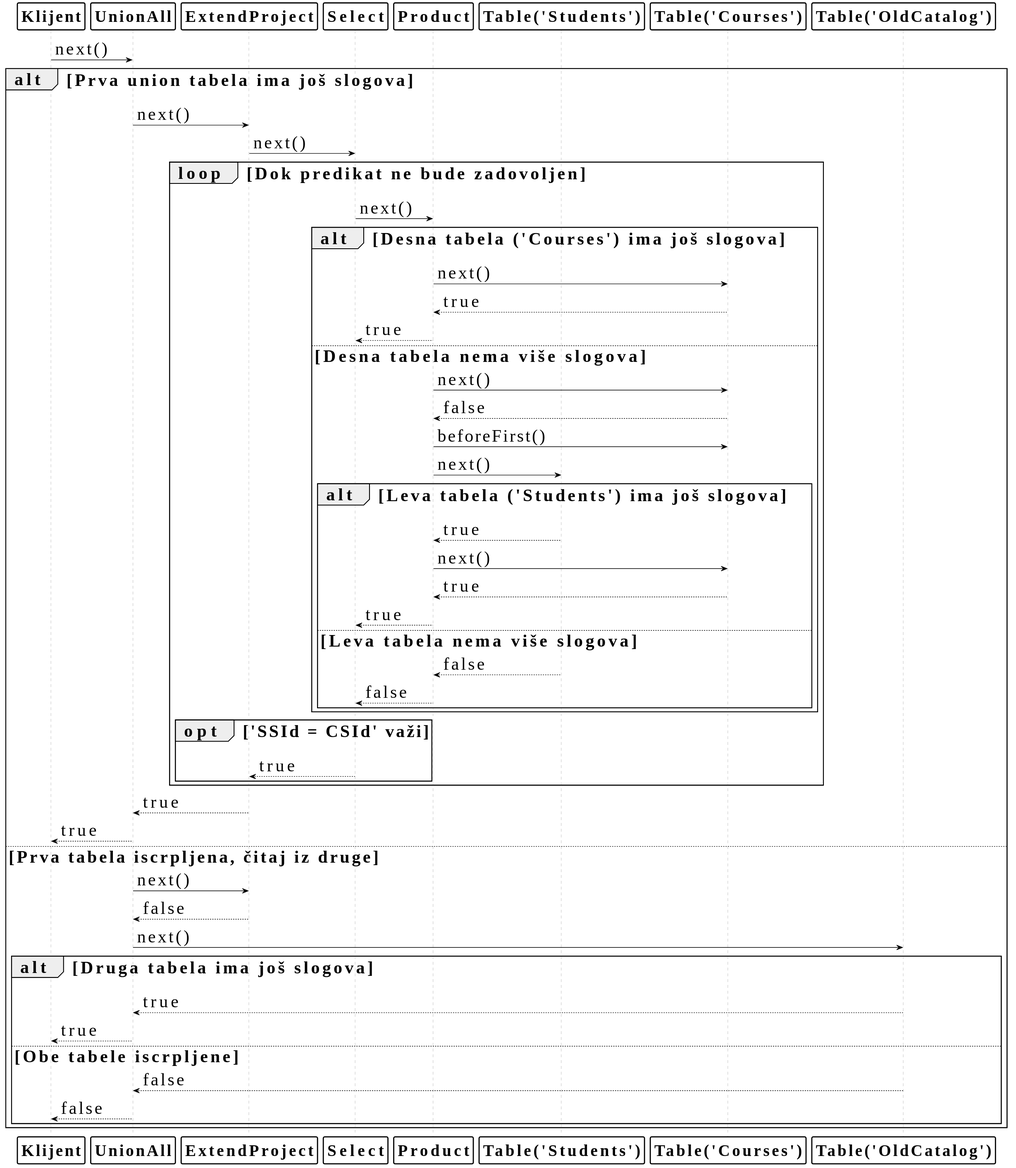
lukascobbler/lbdb keeps this PlantUML diagram as thesis/dijagrami/sekvenca_iteracije_stabla_rel_op.svg. Above is the earlier version.
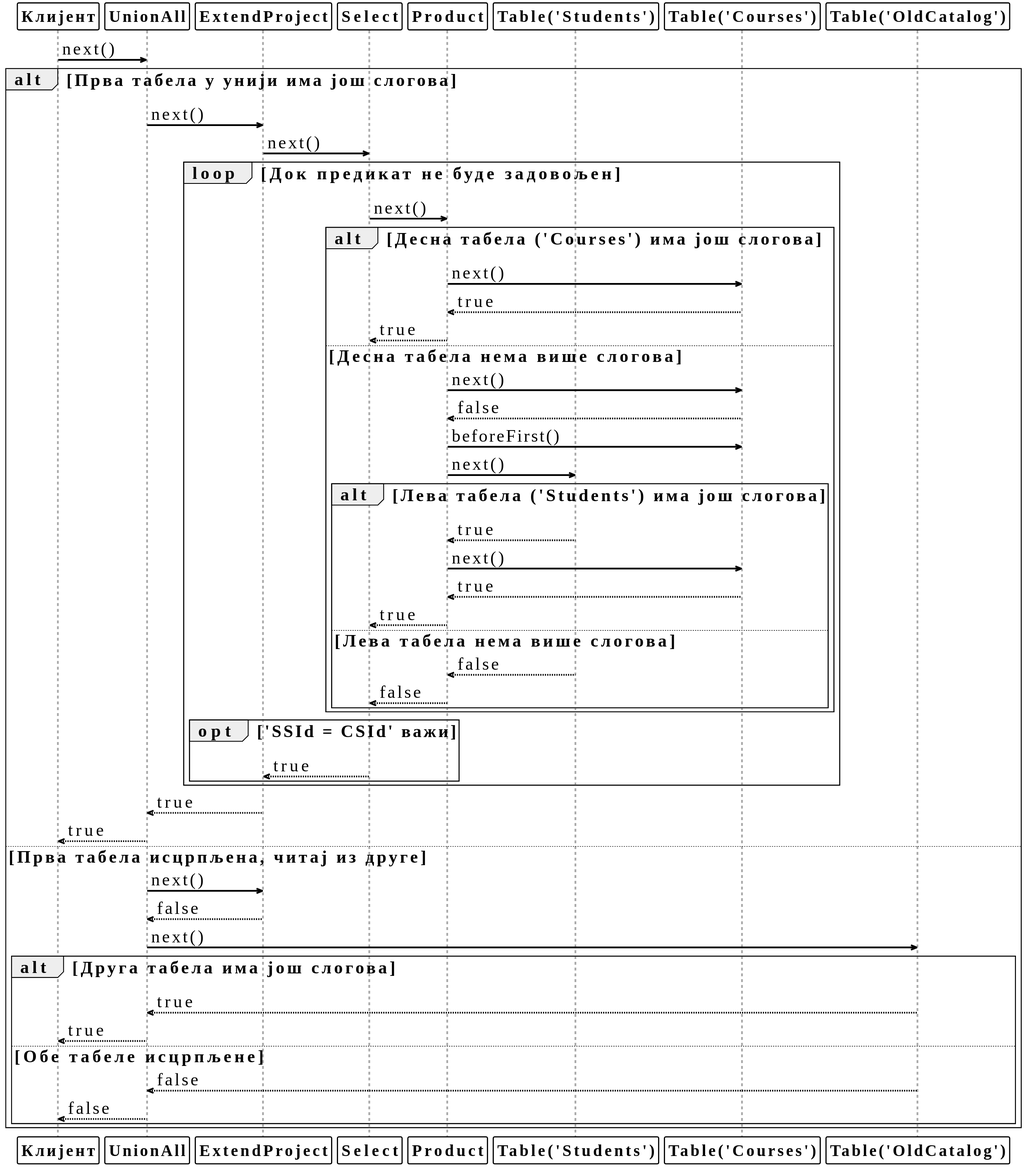
Later version of the same file.

The edit, as a diff of the source:
```diff
@@ -12,7 +12,6 @@
 skinparam ParticipantBorderColor black
 skinparam ParticipantBorderThickness 2
 
-skinparam ParticipantPadding 0
 skinparam BoxPadding 0
 skinparam SequenceMessageMargin 0
 skinparam SequenceGroupBodyPadding 0
@@ -23,7 +22,19 @@
 skinparam sequenceLifeLineBorderColor #A9A9A9
 skinparam sequenceLifeLineBackgroundColor #F0F0F0
 
-participant Klijent
+<style>
+sequenceDiagram {
+    lifeline {
+        LineThickness 3
+        RoundCorner 0
+    }
+    arrow {
+        LineThickness 3
+    }
+}
+</style>
+
+participant "Клијент" as Klijent
 participant "UnionAll" as U
 participant "ExtendProject" as E
 participant "Select" as S
@@ -32,57 +43,57 @@
 participant "Table('Courses')" as TC
 participant "Table('OldCatalog')" as TO
 
-Klijent->U: next()
+Klijent->>U: next()
 
-alt Prva union tabela ima još slogova
-    U->E: next()
-    E->S: next()
+alt Прва табела у унији има још слогова
+    U->>E: next()
+    E->>S: next()
 
-    loop Dok predikat ne bude zadovoljen
-        S->P: next()
+    loop Док предикат не буде задовољен
+        S->>P: next()
 
-        alt Desna tabela ('Courses') ima još slogova
-            P->TC: next()
-            TC-->P: true
-            P-->S: true
+        alt Десна табела ('Courses') има још слогова
+            P->>TC: next()
+            TC-->>P: true
+            P-->>S: true
 
-        else Desna tabela nema više slogova
-            P->TC: next()
-            TC-->P: false
-            P->TC: beforeFirst()
+        else Десна табела нема више слогова
+            P->>TC: next()
+            TC-->>P: false
+            P->>TC: beforeFirst()
 
-            P->TS: next()
+            P->>TS: next()
 
-            alt Leva tabela ('Students') ima još slogova
-                TS-->P: true
-                P->TC: next()
-                TC-->P: true
-                P-->S: true
-            else Leva tabela nema više slogova
-                TS-->P: false
-                P-->S: false
+            alt Лева табела ('Students') има још слогова
+                TS-->>P: true
+                P->>TC: next()
+                TC-->>P: true
+                P-->>S: true
+            else Лева табела нема више слогова
+                TS-->>P: false
+                P-->>S: false
             end
         end
 
-        opt 'SSId = CSId' važi
-            S-->E: true
+        opt 'SSId = CSId' важи
+            S-->>E: true
         end
     end
 
-    E-->U: true
-    U-->Klijent: true
+    E-->>U: true
+    U-->>Klijent: true
 
-else Prva tabela iscrpljena, čitaj iz druge
-    U->E: next()
-    E-->U: false
-    U->TO: next()
+else Прва табела исцрпљена, читај из друге
+    U->>E: next()
+    E-->>U: false
+    U->>TO: next()
 
-    alt Druga tabela ima još slogova
-        TO-->U: true
-        U-->Klijent: true
-    else Obe tabele iscrpljene
-        TO-->U: false
-        U-->Klijent: false
+    alt Друга табела има још слогова
+        TO-->>U: true
+        U-->>Klijent: true
+    else Обе табеле исцрпљене
+        TO-->>U: false
+        U-->>Klijent: false
     end
 end
 @enduml
```
